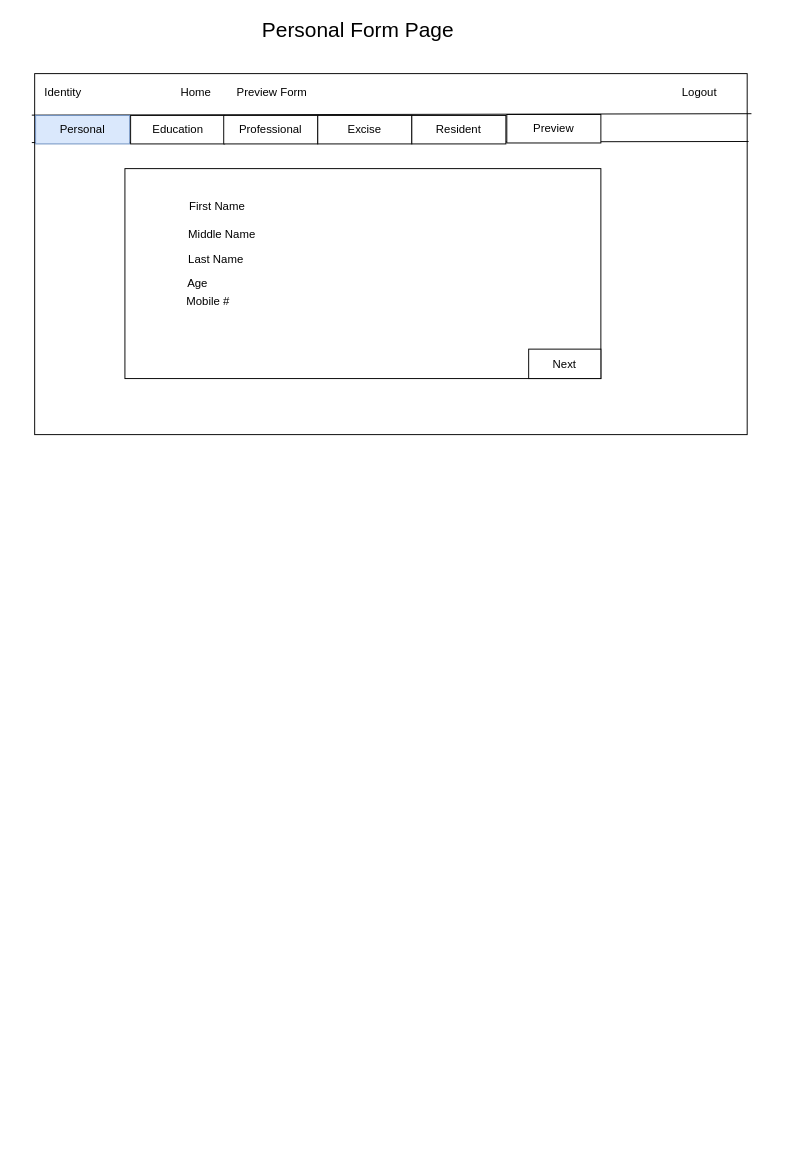
ubaid4j/identity keeps this draw.io diagram as identity.drawio. Above is the earlier version. Source tidied: cells renumbered, new cells numbered last; positions are measured from the earlier drawing's top-left corner, leaving out a move shared by most shapes. Both pictures are drawn from the tidied source at 95%, with x=0, y=0 at pixel (34, 16).
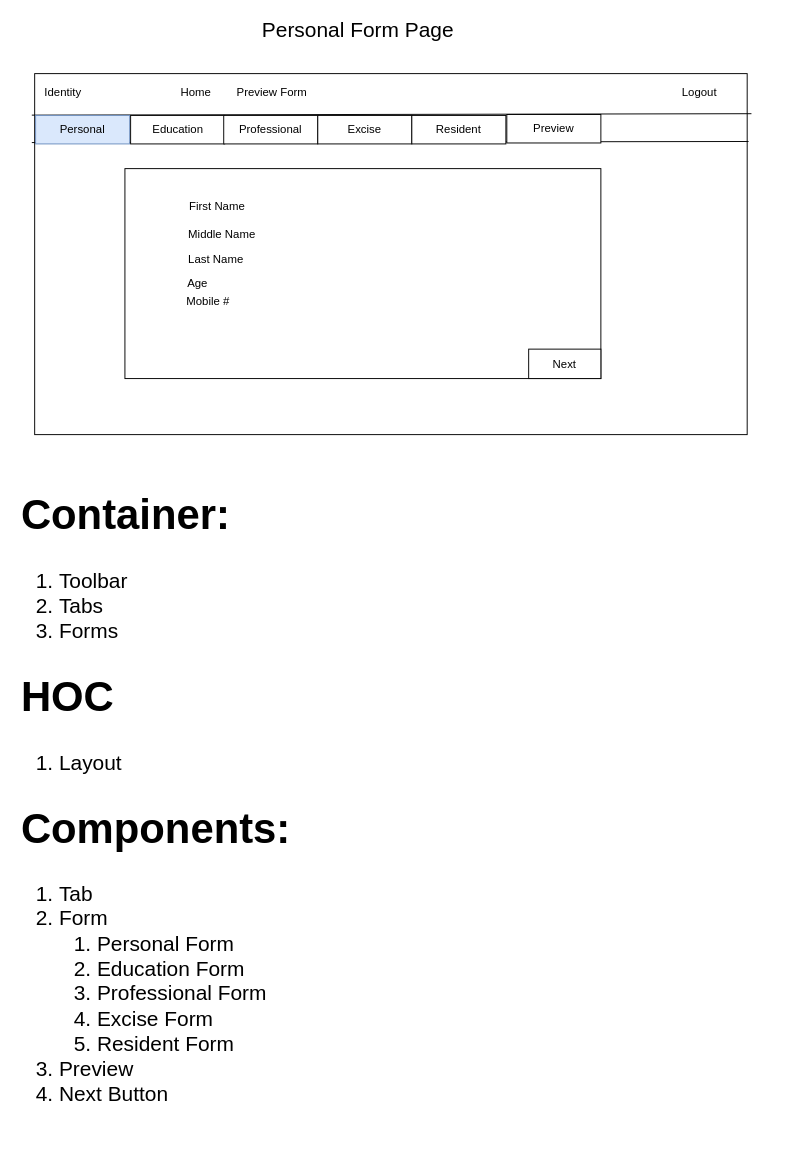
The same diagram, later.

The edit, as a diff of the source:
```diff
@@
+    <mxCell id="24" value="&lt;h1&gt;Container:&lt;/h1&gt;&lt;div&gt;&lt;ol&gt;&lt;li&gt;Toolbar&lt;/li&gt;&lt;li&gt;Tabs&lt;/li&gt;&lt;li&gt;Forms&lt;/li&gt;&lt;/ol&gt;&lt;h1&gt;HOC&lt;/h1&gt;&lt;/div&gt;&lt;div&gt;&lt;ol&gt;&lt;li&gt;Layout&lt;/li&gt;&lt;/ol&gt;&lt;h1&gt;Components:&lt;/h1&gt;&lt;/div&gt;&lt;div&gt;&lt;ol&gt;&lt;li&gt;Tab&lt;/li&gt;&lt;li&gt;Form&lt;/li&gt;&lt;ol&gt;&lt;li&gt;Personal Form&lt;/li&gt;&lt;li&gt;Education Form&lt;/li&gt;&lt;li&gt;Professional Form&lt;/li&gt;&lt;li&gt;Excise Form&lt;/li&gt;&lt;li&gt;Resident Form&lt;/li&gt;&lt;/ol&gt;&lt;li&gt;Preview&lt;/li&gt;&lt;li&gt;Next Button&lt;/li&gt;&lt;/ol&gt;&lt;/div&gt;" style="text;html=1;strokeColor=none;fillColor=none;spacing=5;spacingTop=-20;whiteSpace=wrap;overflow=hidden;rounded=0;fontSize=22;align=left;" parent="1" vertex="1">
+      <mxGeometry x="-19.5" y="480" width="819.5" height="700" as="geometry" />
+    </mxCell>
```
